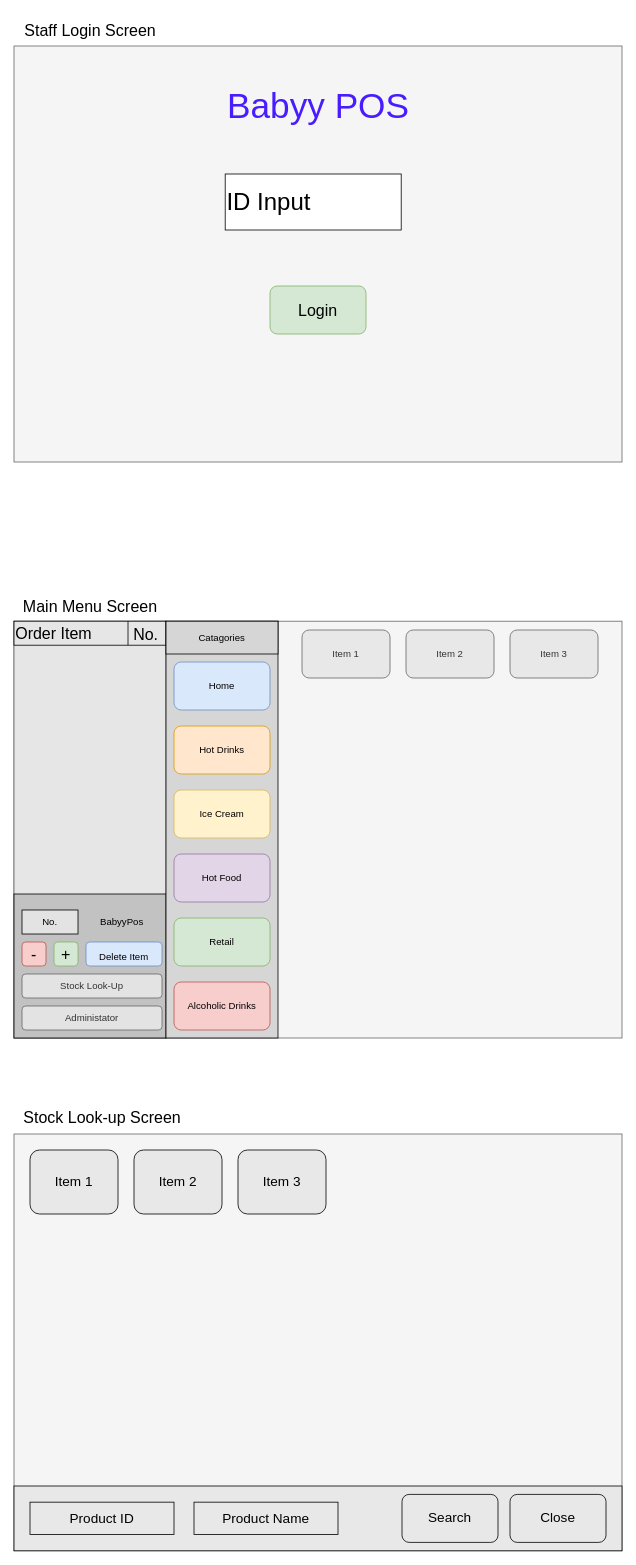
Earlier version of the draw.io diagram Flow diagrams/Screen Examples.drawio (Z0mbie001/BabyyPos). Source tidied: cells renumbered, new cells numbered last; positions are measured from the earlier drawing's top-left corner, leaving out a move shared by most shapes. Both pictures are drawn from the tidied source at 80%, with x=0, y=0 at pixel (14, 14).
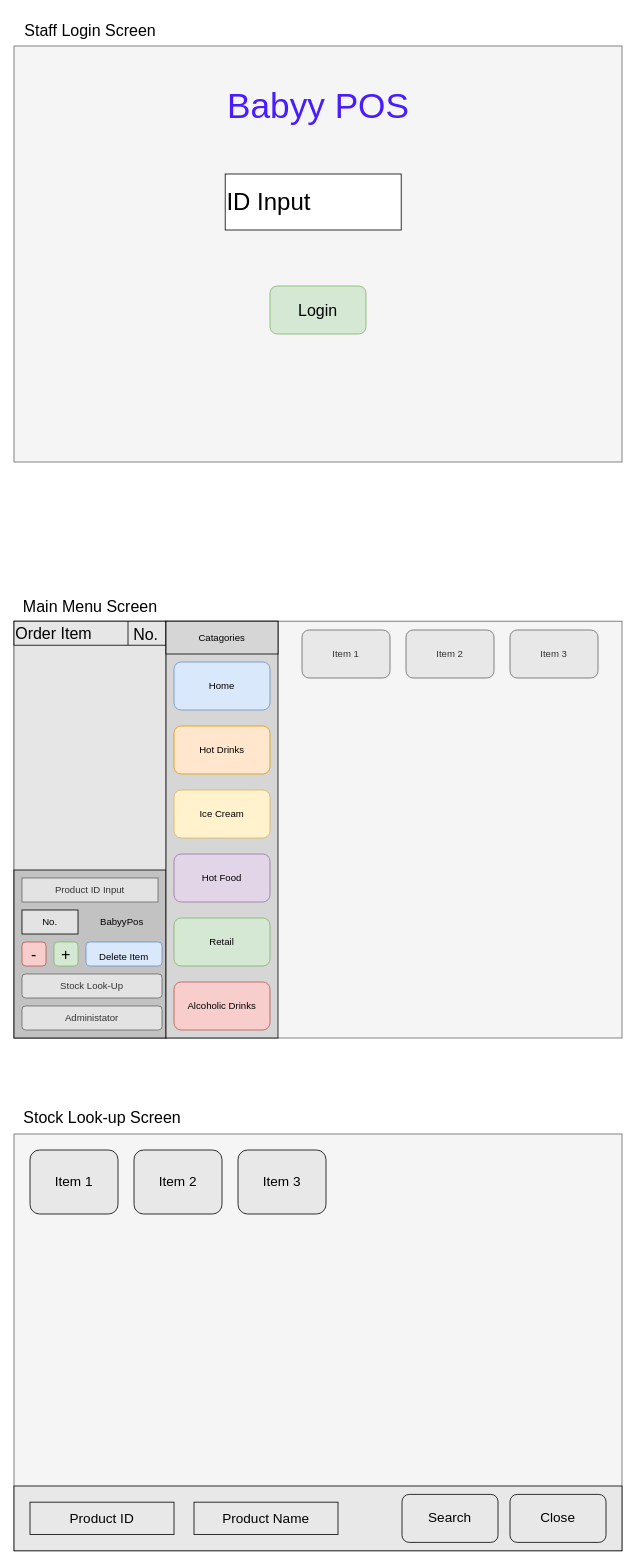
The same diagram, later.

Diff of the diagram source:
```diff
@@
     <mxCell id="10" style="rounded=0;whiteSpace=wrap;html=1;fontSize=20;fillColor=#C2C2C2;" parent="1" vertex="1">
-      <mxGeometry y="1100" width="190" height="180" as="geometry" />
+      <mxGeometry y="1070" width="190" height="210" as="geometry" />
     </mxCell>
@@
+    <mxCell id="42" value="Product ID Input" style="rounded=0;whiteSpace=wrap;html=1;fillColor=#E3E3E3;fontColor=#333333;strokeColor=#666666;" parent="1" vertex="1">
+      <mxGeometry x="10" y="1080" width="170" height="30" as="geometry" />
+    </mxCell>
```
